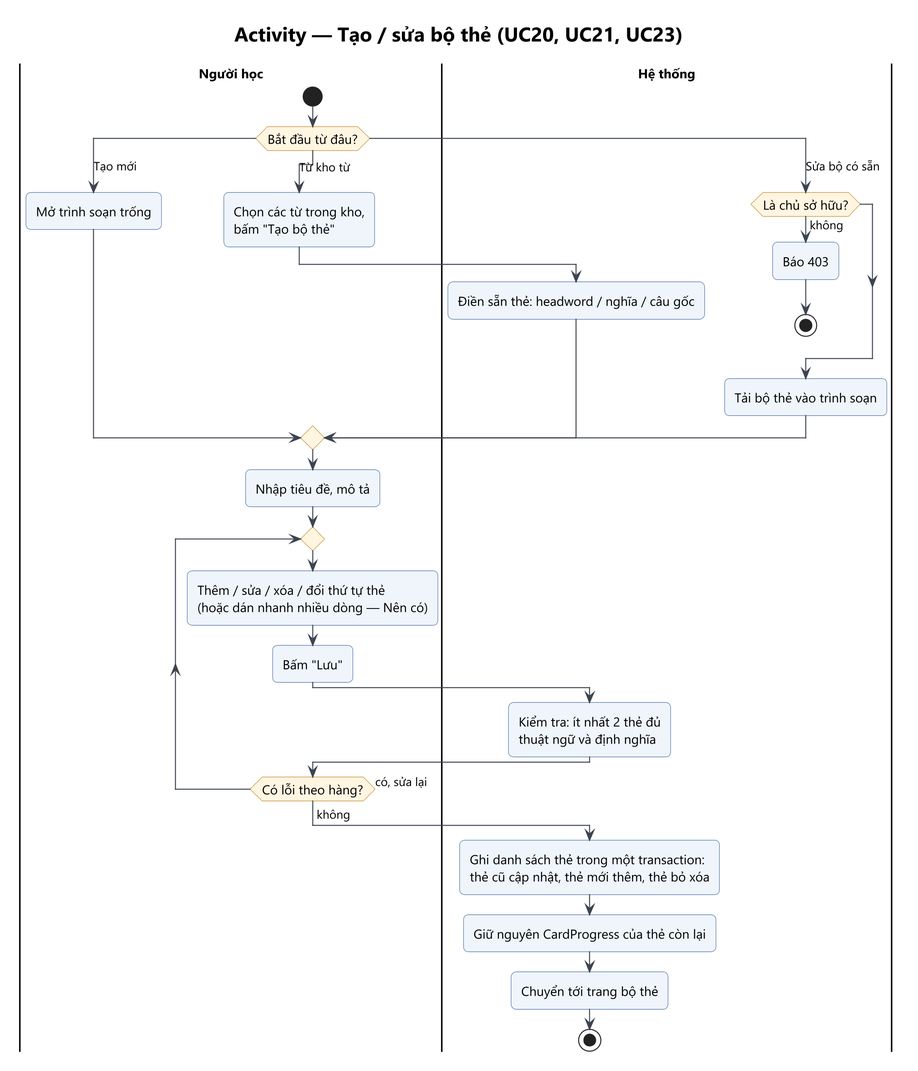
Before: Analysis_Design/03_Activity/act-03-soan-bo-the.png, a diagram exported from PlantUML (Ac-2836/WebDev-FinalProject-LinMaster).
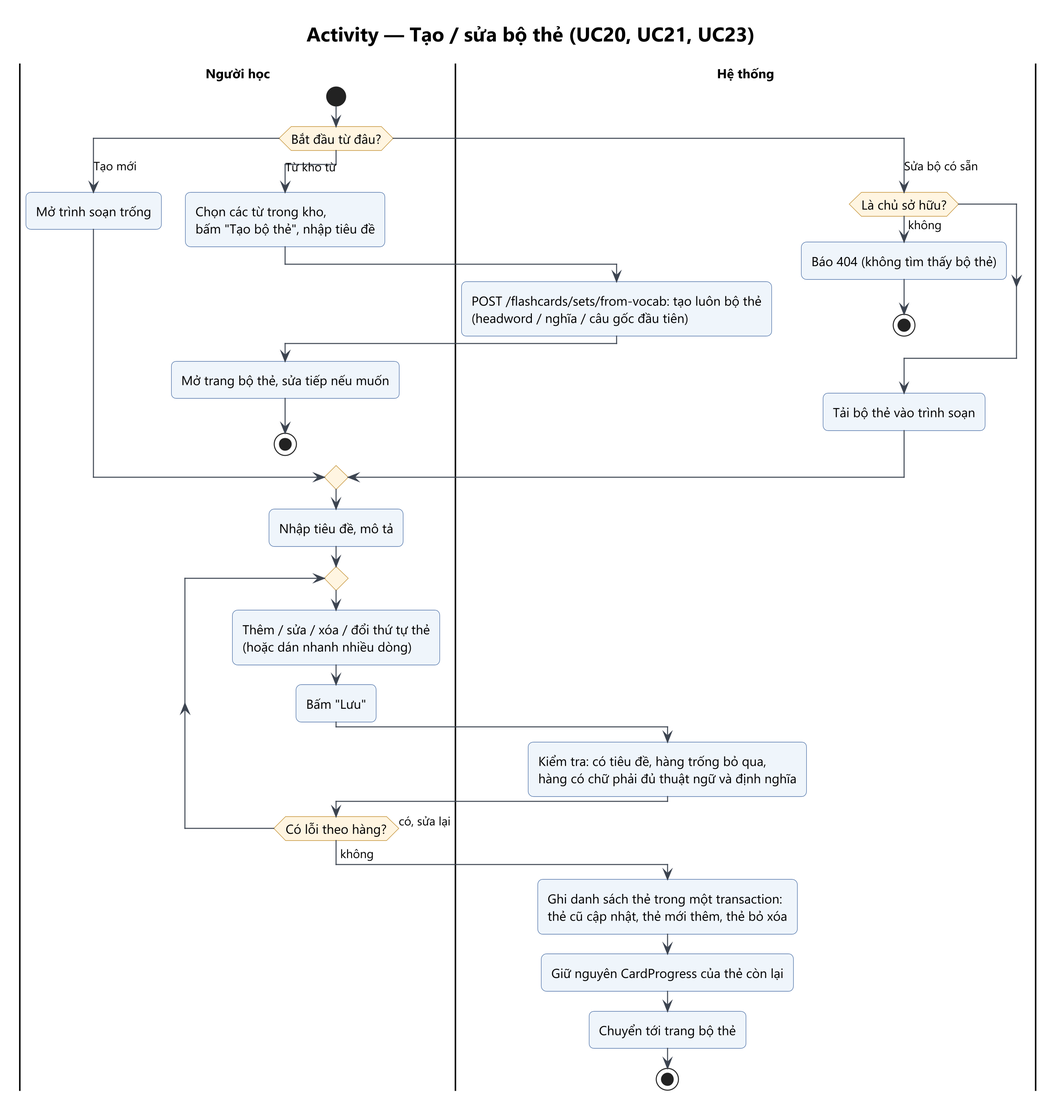
The same diagram one commit later.

Diff of the diagram source:
```diff
@@ -8,13 +8,17 @@
   :Mở trình soạn trống;
 case (Từ kho từ)
   :Chọn các từ trong kho,
-  bấm "Tạo bộ thẻ";
+  bấm "Tạo bộ thẻ", nhập tiêu đề;
   |Hệ thống|
-  :Điền sẵn thẻ: headword / nghĩa / câu gốc;
+  :POST /flashcards/sets/from-vocab: tạo luôn bộ thẻ
+  (headword / nghĩa / câu gốc đầu tiên);
+  |Người học|
+  :Mở trang bộ thẻ, sửa tiếp nếu muốn;
+  stop
 case (Sửa bộ có sẵn)
   |Hệ thống|
   if (Là chủ sở hữu?) then (không)
-    :Báo 403;
+    :Báo 404 (không tìm thấy bộ thẻ);
     stop
   endif
   :Tải bộ thẻ vào trình soạn;
@@ -23,11 +27,11 @@
 :Nhập tiêu đề, mô tả;
 repeat
   :Thêm / sửa / xóa / đổi thứ tự thẻ
-  (hoặc dán nhanh nhiều dòng — Nên có);
+  (hoặc dán nhanh nhiều dòng);
   :Bấm "Lưu";
   |Hệ thống|
-  :Kiểm tra: ít nhất 2 thẻ đủ
-  thuật ngữ và định nghĩa;
+  :Kiểm tra: có tiêu đề, hàng trống bỏ qua,
+  hàng có chữ phải đủ thuật ngữ và định nghĩa;
   |Người học|
 repeat while (Có lỗi theo hàng?) is (có, sửa lại)
 ->không;
```
